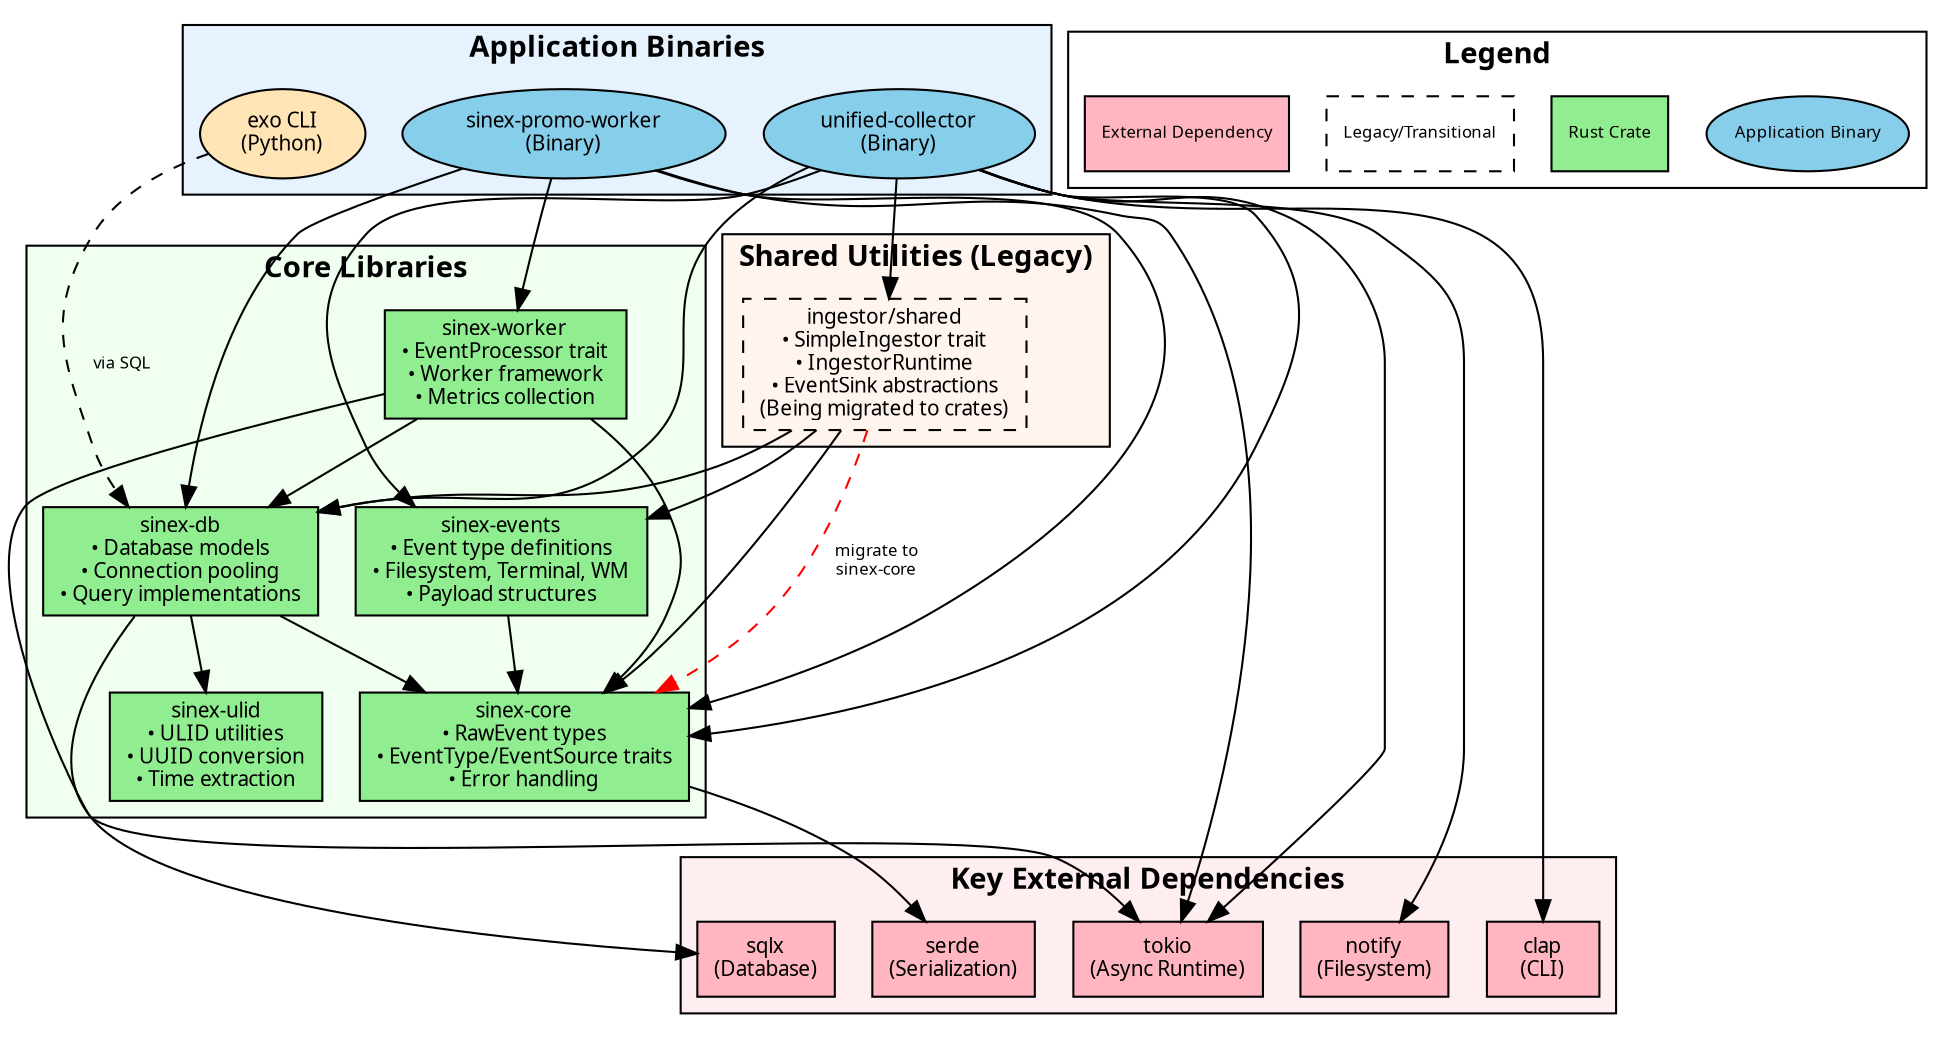
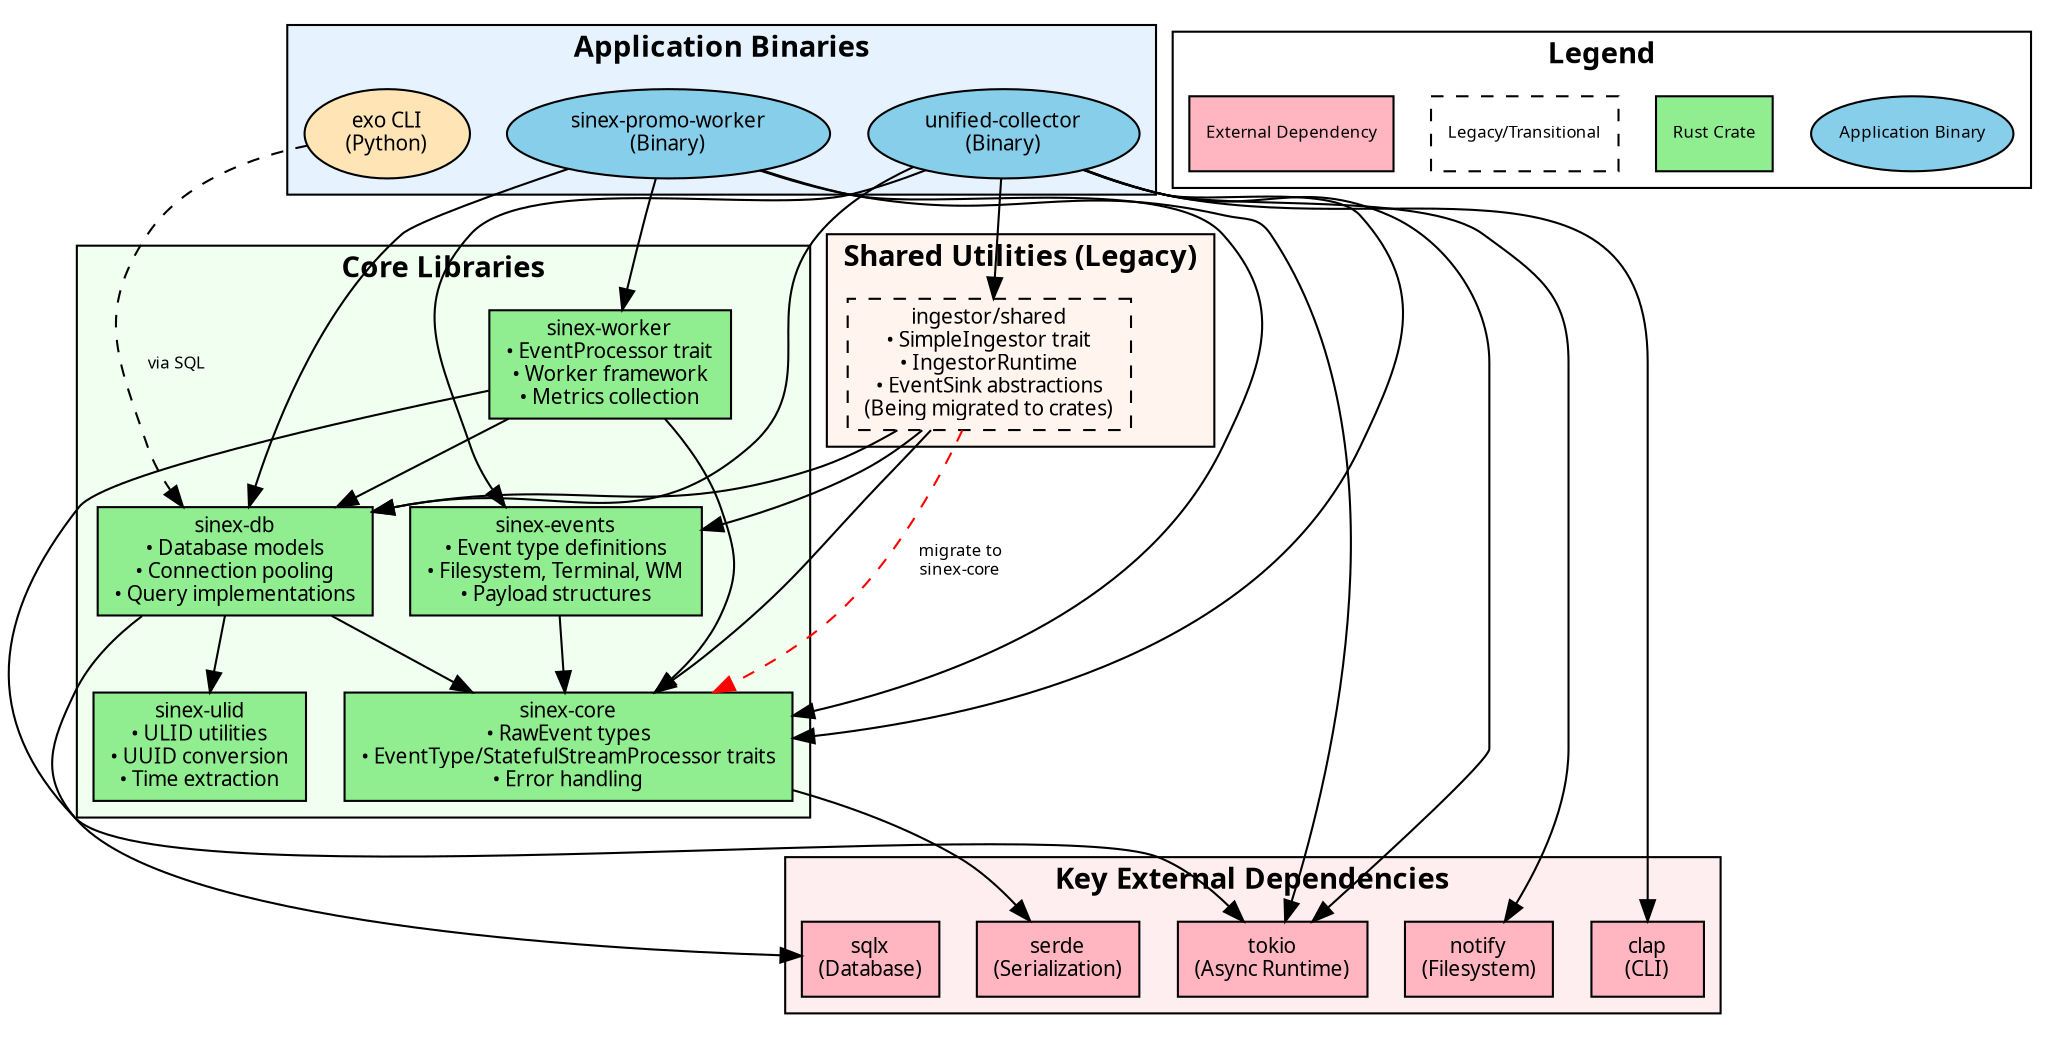
digraph SinexCrateDependencies {
    rankdir=TB;
    node [shape=box, style=filled, fontname="JetBrains Mono", fontsize=10];
    edge [fontsize=8, fontname="JetBrains Mono"];

    // Application binaries
    subgraph cluster_binaries {
        label="Application Binaries";
        style=filled;
        fillcolor="#e6f3ff";
        fontname="JetBrains Mono Bold";

        unified_collector [
            label="unified-collector\n(Binary)",
            fillcolor="#87CEEB",
            shape=oval
        ];

        promo_worker [
            label="sinex-promo-worker\n(Binary)",
            fillcolor="#87CEEB",
            shape=oval
        ];

        cli [
            label="exo CLI\n(Python)",
            fillcolor="#FFE4B5",
            shape=oval
        ];
    }

    // Core libraries
    subgraph cluster_core {
        label="Core Libraries";
        style=filled;
        fillcolor="#f0fff0";
        fontname="JetBrains Mono Bold";

        sinex_core [
-             label="sinex-core\n• RawEvent types\n• EventType/EventSource traits\n• Error handling",
+             label="sinex-core\n• RawEvent types\n• EventType/StatefulStreamProcessor traits\n• Error handling",
            fillcolor="#90EE90"
        ];

        sinex_db [
            label="sinex-db\n• Database models\n• Connection pooling\n• Query implementations",
            fillcolor="#90EE90"
        ];

        sinex_ulid [
            label="sinex-ulid\n• ULID utilities\n• UUID conversion\n• Time extraction",
            fillcolor="#90EE90"
        ];

        sinex_events [
            label="sinex-events\n• Event type definitions\n• Filesystem, Terminal, WM\n• Payload structures",
            fillcolor="#90EE90"
        ];

        sinex_worker [
            label="sinex-worker\n• EventProcessor trait\n• Worker framework\n• Metrics collection",
            fillcolor="#90EE90"
        ];
    }

    // Shared utilities (being phased out)
    subgraph cluster_shared {
        label="Shared Utilities (Legacy)";
        style=filled;
        fillcolor="#fff5ee";
        fontname="JetBrains Mono Bold";

        ingestor_shared [
            label="ingestor/shared\n• SimpleIngestor trait\n• IngestorRuntime\n• EventSink abstractions\n(Being migrated to crates)",
            fillcolor="#DDD",
            style="dashed"
        ];
    }

    // External dependencies (key ones)
    subgraph cluster_external {
        label="Key External Dependencies";
        style=filled;
        fillcolor="#ffeef0";
        fontname="JetBrains Mono Bold";

        sqlx [label="sqlx\n(Database)", fillcolor="#FFB6C1"];
        tokio [label="tokio\n(Async Runtime)", fillcolor="#FFB6C1"];
        serde [label="serde\n(Serialization)", fillcolor="#FFB6C1"];
        notify [label="notify\n(Filesystem)", fillcolor="#FFB6C1"];
        clap [label="clap\n(CLI)", fillcolor="#FFB6C1"];
    }

    // Dependency relationships

    // Binaries depend on crates
    unified_collector -> sinex_core;
    unified_collector -> sinex_db;
    unified_collector -> sinex_events;
    unified_collector -> ingestor_shared;

    promo_worker -> sinex_core;
    promo_worker -> sinex_db;
    promo_worker -> sinex_worker;

    cli -> sinex_db [style=dashed, label="via SQL"];

    // Core crate dependencies
    sinex_db -> sinex_core;
    sinex_db -> sinex_ulid;
    sinex_events -> sinex_core;
    sinex_worker -> sinex_core;
    sinex_worker -> sinex_db;

    // Shared utilities depend on core
    ingestor_shared -> sinex_core;
    ingestor_shared -> sinex_db;
    ingestor_shared -> sinex_events;

    // External dependencies
    sinex_db -> sqlx;
    sinex_core -> serde;
    unified_collector -> tokio;
    unified_collector -> notify;
    unified_collector -> clap;
    promo_worker -> tokio;
    sinex_worker -> tokio;

    // Future migration paths (dashed)
    ingestor_shared -> sinex_core [
        style="dashed",
        color="red",
        label="migrate to\nsinex-core"
    ];

    // Legend
    subgraph cluster_legend {
        label="Legend";
        style=filled;
        fillcolor="#ffffff";
        fontname="JetBrains Mono Bold";

        legend_binary [
            label="Application Binary",
            fillcolor="#87CEEB",
            shape=oval,
            fontsize=8
        ];

        legend_crate [
            label="Rust Crate",
            fillcolor="#90EE90",
            shape=box,
            fontsize=8
        ];

        legend_legacy [
            label="Legacy/Transitional",
            fillcolor="#DDD",
            shape=box,
            style="dashed",
            fontsize=8
        ];

        legend_external [
            label="External Dependency",
            fillcolor="#FFB6C1",
            shape=box,
            fontsize=8
        ];
    }

}